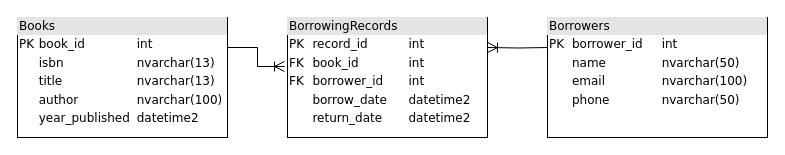
This is Untitled Diagram.drawio from ConnorGaskill/UML, a draw.io file, before an edit. Source tidied: cells renumbered, new cells numbered last; positions are measured from the earlier drawing's top-left corner, leaving out a move shared by most shapes. Both pictures are drawn from the tidied source at 100%, with x=0, y=0 at pixel (17, 17).
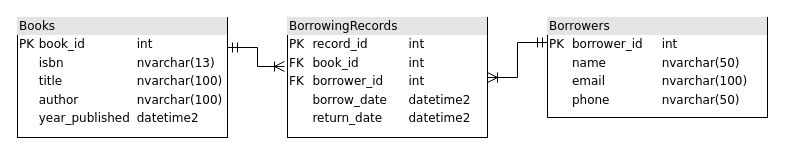
The same page after the edit.

The edit, as a diff of the source:
```diff
@@
 <mxGraphModel>
   <root>
     <mxCell id="0" />
     <mxCell id="1" parent="0" />
+    <mxCell id="7" style="edgeStyle=orthogonalEdgeStyle;rounded=0;jettySize=auto;html=1;exitX=0;exitY=0.25;exitDx=0;exitDy=0;entryX=1;entryY=0.5;entryDx=0;entryDy=0;fontSize=12;startSize=8;endSize=8;endArrow=ERoneToMany;endFill=0;startArrow=ERmandOne;startFill=0;" parent="1" edge="1" source="2" target="4">
+      <mxGeometry relative="1" as="geometry" />
+    </mxCell>
     <mxCell id="2" value="&lt;div style=&quot;box-sizing: border-box; width: 100%; background: rgb(228, 228, 228); padding: 2px;&quot;&gt;Borrowers&lt;/div&gt;&lt;table style=&quot;width: 100% ; font-size: 1em&quot; cellpadding=&quot;2&quot; cellspacing=&quot;0&quot;&gt;&lt;tbody&gt;&lt;tr&gt;&lt;td&gt;PK&lt;/td&gt;&lt;td&gt;borrower_id&lt;/td&gt;&lt;td&gt;int&lt;/td&gt;&lt;/tr&gt;&lt;tr&gt;&lt;td&gt;&lt;br&gt;&lt;/td&gt;&lt;td&gt;name&lt;/td&gt;&lt;td&gt;nvarchar(50)&lt;/td&gt;&lt;/tr&gt;&lt;tr&gt;&lt;td&gt;&lt;br&gt;&lt;/td&gt;&lt;td&gt;email&lt;/td&gt;&lt;td&gt;nvarchar(100)&lt;/td&gt;&lt;/tr&gt;&lt;tr&gt;&lt;td&gt;&lt;/td&gt;&lt;td&gt;phone&lt;/td&gt;&lt;td&gt;nvarchar(50)&lt;/td&gt;&lt;/tr&gt;&lt;/tbody&gt;&lt;/table&gt;" style="verticalAlign=top;align=left;overflow=fill;html=1;rounded=0;shadow=0;comic=0;labelBackgroundColor=none;strokeWidth=1;fontFamily=Verdana;fontSize=12;" parent="1" vertex="1">
-      <mxGeometry x="530" width="220" height="120" as="geometry" />
+      <mxGeometry x="530" width="220" height="100" as="geometry" />
     </mxCell>
-    <mxCell id="3" style="edgeStyle=orthogonalEdgeStyle;rounded=0;jettySize=auto;html=1;exitX=1;exitY=0.25;exitDx=0;exitDy=0;fontSize=12;startSize=8;endSize=8;endArrow=none;endFill=0;startArrow=ERoneToMany;startFill=0;entryX=0;entryY=0.25;entryDx=0;entryDy=0;" parent="1" edge="1" target="2">
-      <mxGeometry relative="1" as="geometry">
-        <mxPoint x="470" y="30" as="sourcePoint" />
-      </mxGeometry>
-    </mxCell>
     <mxCell id="4" value="&lt;div style=&quot;box-sizing: border-box; width: 100%; background: rgb(228, 228, 228); padding: 2px;&quot;&gt;BorrowingRecords&lt;/div&gt;&lt;table style=&quot;width: 100% ; font-size: 1em&quot; cellpadding=&quot;2&quot; cellspacing=&quot;0&quot;&gt;&lt;tbody&gt;&lt;tr&gt;&lt;td&gt;PK&lt;/td&gt;&lt;td&gt;record_id&lt;/td&gt;&lt;td&gt;int&lt;/td&gt;&lt;/tr&gt;&lt;tr&gt;&lt;td&gt;FK&lt;/td&gt;&lt;td&gt;book_id&lt;/td&gt;&lt;td&gt;int&lt;/td&gt;&lt;/tr&gt;&lt;tr&gt;&lt;td&gt;FK&lt;/td&gt;&lt;td&gt;borrower_id&lt;/td&gt;&lt;td&gt;int&lt;/td&gt;&lt;/tr&gt;&lt;tr&gt;&lt;td&gt;&lt;br&gt;&lt;/td&gt;&lt;td&gt;borrow_date&lt;/td&gt;&lt;td&gt;&lt;span style=&quot;text-wrap-mode: wrap; background-color: rgb(255, 255, 255);&quot;&gt;&lt;font face=&quot;Verdana&quot;&gt;datetime2&lt;/font&gt;&lt;/span&gt;&lt;/td&gt;&lt;/tr&gt;&lt;tr&gt;&lt;td&gt;&lt;br&gt;&lt;/td&gt;&lt;td&gt;return_date&lt;/td&gt;&lt;td&gt;&lt;span style=&quot;text-wrap-mode: wrap; background-color: rgb(255, 255, 255);&quot;&gt;datetime2&lt;/span&gt;&lt;/td&gt;&lt;/tr&gt;&lt;/tbody&gt;&lt;/table&gt;" style="verticalAlign=top;align=left;overflow=fill;html=1;rounded=0;shadow=0;comic=0;labelBackgroundColor=none;strokeWidth=1;fontFamily=Verdana;fontSize=12;" parent="1" vertex="1">
       <mxGeometry x="270" width="200" height="120" as="geometry" />
     </mxCell>
-    <mxCell id="5" value="&lt;div style=&quot;box-sizing: border-box; width: 100%; background: rgb(228, 228, 228); padding: 2px;&quot;&gt;Books&lt;/div&gt;&lt;table style=&quot;width: 100% ; font-size: 1em&quot; cellpadding=&quot;2&quot; cellspacing=&quot;0&quot;&gt;&lt;tbody&gt;&lt;tr&gt;&lt;td&gt;PK&lt;/td&gt;&lt;td&gt;book_id&lt;/td&gt;&lt;td&gt;int&lt;/td&gt;&lt;/tr&gt;&lt;tr&gt;&lt;td&gt;&lt;br&gt;&lt;/td&gt;&lt;td&gt;isbn&lt;/td&gt;&lt;td&gt;nvarchar(13)&lt;/td&gt;&lt;/tr&gt;&lt;tr&gt;&lt;td&gt;&lt;br&gt;&lt;/td&gt;&lt;td&gt;title&lt;/td&gt;&lt;td&gt;nvarchar(13)&lt;/td&gt;&lt;/tr&gt;&lt;tr&gt;&lt;td&gt;&lt;br&gt;&lt;/td&gt;&lt;td&gt;author&lt;/td&gt;&lt;td&gt;&lt;span style=&quot;text-wrap-mode: wrap; background-color: rgb(255, 255, 255);&quot;&gt;&lt;font face=&quot;Verdana&quot;&gt;nvarchar(100)&lt;/font&gt;&lt;/span&gt;&lt;/td&gt;&lt;/tr&gt;&lt;tr&gt;&lt;td&gt;&lt;br&gt;&lt;/td&gt;&lt;td&gt;year_published&lt;/td&gt;&lt;td&gt;&lt;span style=&quot;text-wrap-mode: wrap; background-color: rgb(255, 255, 255);&quot;&gt;datetime2&lt;/span&gt;&lt;/td&gt;&lt;/tr&gt;&lt;/tbody&gt;&lt;/table&gt;" style="verticalAlign=top;align=left;overflow=fill;html=1;rounded=0;shadow=0;comic=0;labelBackgroundColor=none;strokeWidth=1;fontFamily=Verdana;fontSize=12;" parent="1" vertex="1">
+    <mxCell id="5" value="&lt;div style=&quot;box-sizing: border-box; width: 100%; background: rgb(228, 228, 228); padding: 2px;&quot;&gt;Books&lt;/div&gt;&lt;table style=&quot;width: 100% ; font-size: 1em&quot; cellpadding=&quot;2&quot; cellspacing=&quot;0&quot;&gt;&lt;tbody&gt;&lt;tr&gt;&lt;td&gt;PK&lt;/td&gt;&lt;td&gt;book_id&lt;/td&gt;&lt;td&gt;int&lt;/td&gt;&lt;/tr&gt;&lt;tr&gt;&lt;td&gt;&lt;br&gt;&lt;/td&gt;&lt;td&gt;isbn&lt;/td&gt;&lt;td&gt;nvarchar(13)&lt;/td&gt;&lt;/tr&gt;&lt;tr&gt;&lt;td&gt;&lt;br&gt;&lt;/td&gt;&lt;td&gt;title&lt;/td&gt;&lt;td&gt;nvarchar(100)&lt;/td&gt;&lt;/tr&gt;&lt;tr&gt;&lt;td&gt;&lt;br&gt;&lt;/td&gt;&lt;td&gt;author&lt;/td&gt;&lt;td&gt;&lt;span style=&quot;text-wrap-mode: wrap; background-color: rgb(255, 255, 255);&quot;&gt;&lt;font face=&quot;Verdana&quot;&gt;nvarchar(100)&lt;/font&gt;&lt;/span&gt;&lt;/td&gt;&lt;/tr&gt;&lt;tr&gt;&lt;td&gt;&lt;br&gt;&lt;/td&gt;&lt;td&gt;year_published&lt;/td&gt;&lt;td&gt;&lt;span style=&quot;text-wrap-mode: wrap; background-color: rgb(255, 255, 255);&quot;&gt;datetime2&lt;/span&gt;&lt;/td&gt;&lt;/tr&gt;&lt;/tbody&gt;&lt;/table&gt;" style="verticalAlign=top;align=left;overflow=fill;html=1;rounded=0;shadow=0;comic=0;labelBackgroundColor=none;strokeWidth=1;fontFamily=Verdana;fontSize=12;" parent="1" vertex="1">
       <mxGeometry width="210" height="120" as="geometry" />
     </mxCell>
-    <mxCell id="6" style="edgeStyle=orthogonalEdgeStyle;rounded=0;jettySize=auto;html=1;exitX=1;exitY=0.25;exitDx=0;exitDy=0;entryX=-0.015;entryY=0.408;entryDx=0;entryDy=0;entryPerimeter=0;fontSize=12;startSize=8;endSize=8;endArrow=ERoneToMany;endFill=0;startArrow=none;startFill=0;" parent="1" edge="1" source="5" target="4">
+    <mxCell id="6" style="edgeStyle=orthogonalEdgeStyle;rounded=0;jettySize=auto;html=1;exitX=1;exitY=0.25;exitDx=0;exitDy=0;entryX=-0.015;entryY=0.408;entryDx=0;entryDy=0;entryPerimeter=0;fontSize=12;startSize=8;endSize=8;endArrow=ERoneToMany;endFill=0;startArrow=ERmandOne;startFill=0;" parent="1" edge="1" source="5" target="4">
       <mxGeometry relative="1" as="geometry" />
     </mxCell>
   </root>
 </mxGraphModel>
```
